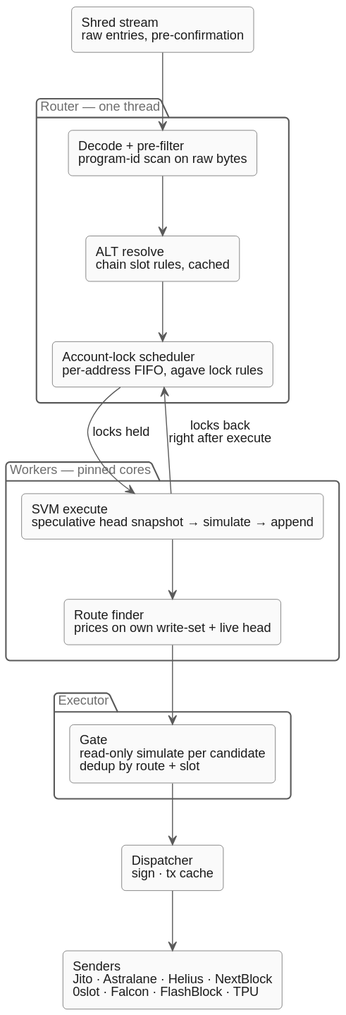
Above: img/projects/Lumen/diagrams/pipeline-light.svg in VladyslavHontar/portfolio (PlantUML), before the change. The source it was exported from:
```plantuml
@startuml
skinparam backgroundColor transparent
skinparam shadowing false
skinparam note {
  BackgroundColor #fafafa
  BorderColor #5a5a5a
  FontColor #1b1b1b
}
skinparam defaultFontName Helvetica
skinparam defaultFontSize 13
skinparam roundCorner 8
skinparam ArrowColor #5a5a5a
skinparam ArrowFontColor #1b1b1b
skinparam rectangle {
  BackgroundColor #fafafa
  BorderColor #5a5a5a
  FontColor #1b1b1b
}
skinparam database {
  BackgroundColor #fafafa
  BorderColor #5a5a5a
  FontColor #1b1b1b
}
skinparam package {
  BackgroundColor TRANSPARENT
  BorderColor #5a5a5a
  FontColor #6d6d6d
  FontStyle plain
}

rectangle "Shred stream\nraw entries, pre-confirmation" as shreds

package "Router — one thread" {
  rectangle "Decode + pre-filter\nprogram-id scan on raw bytes" as decode
  rectangle "ALT resolve\nchain slot rules, cached" as alt
  rectangle "Account-lock scheduler\nper-address FIFO, agave lock rules" as sched
}

package "Workers — pinned cores" {
  rectangle "SVM execute\nspeculative head snapshot → simulate → append" as svm
  rectangle "Route finder\nprices on own write-set + live head" as finder
}

package "Executor" {
  rectangle "Gate\nread-only simulate per candidate\ndedup by route + slot" as gate
}

rectangle "Dispatcher\nsign · tx cache" as disp
rectangle "Senders\nJito · Astralane · Helius · NextBlock\n0slot · Falcon · FlashBlock · TPU" as senders

shreds --> decode
decode --> alt
alt --> sched
sched --> svm : locks held
svm --> sched : locks back\nright after execute
svm --> finder
finder --> gate
gate --> disp
disp --> senders
@enduml
```
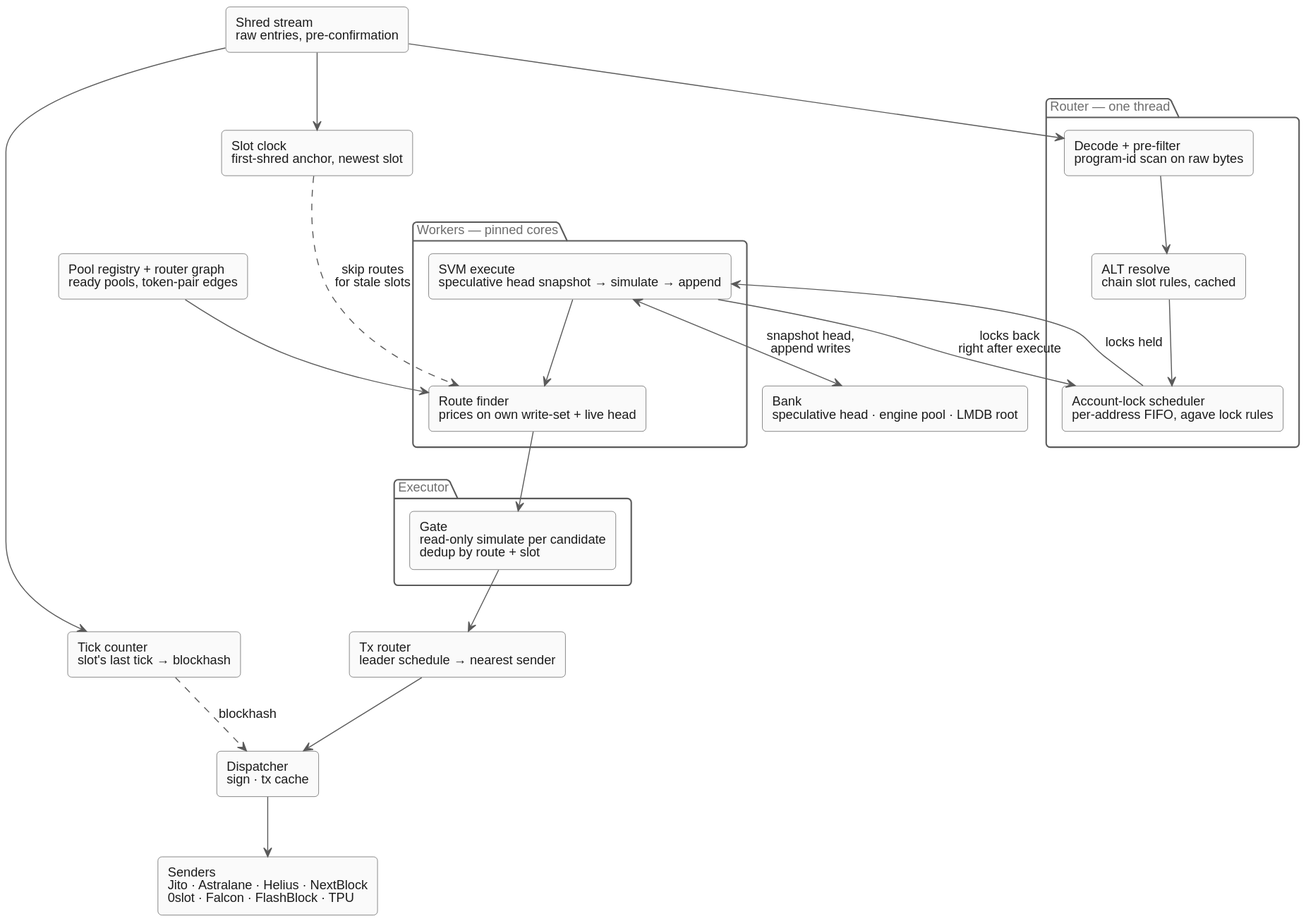
After the commit.

Commit message:
Lumen: whole-system UML, pipeline diagram gains bank, registry, tick blockhash, slot clock, tx router

Diff of the diagram source:
```diff
@@ -29,6 +29,8 @@
 }
 
 rectangle "Shred stream\nraw entries, pre-confirmation" as shreds
+rectangle "Tick counter\nslot's last tick → blockhash" as tick
+rectangle "Slot clock\nfirst-shred anchor, newest slot" as clock
 
 package "Router — one thread" {
   rectangle "Decode + pre-filter\nprogram-id scan on raw bytes" as decode
@@ -45,16 +47,26 @@
   rectangle "Gate\nread-only simulate per candidate\ndedup by route + slot" as gate
 }
 
+rectangle "Bank\nspeculative head · engine pool · LMDB root" as bank
+rectangle "Pool registry + router graph\nready pools, token-pair edges" as graph
+rectangle "Tx router\nleader schedule → nearest sender" as txr
 rectangle "Dispatcher\nsign · tx cache" as disp
 rectangle "Senders\nJito · Astralane · Helius · NextBlock\n0slot · Falcon · FlashBlock · TPU" as senders
 
 shreds --> decode
+shreds --> tick
+shreds --> clock
 decode --> alt
 alt --> sched
 sched --> svm : locks held
 svm --> sched : locks back\nright after execute
 svm --> finder
 finder --> gate
-gate --> disp
+svm <--> bank : snapshot head,\nappend writes
+graph --> finder
+clock -[#5a5a5a,dashed]-> finder : skip routes\nfor stale slots
+gate --> txr
+txr --> disp
+tick -[#5a5a5a,dashed]-> disp : blockhash
 disp --> senders
 @enduml
```
